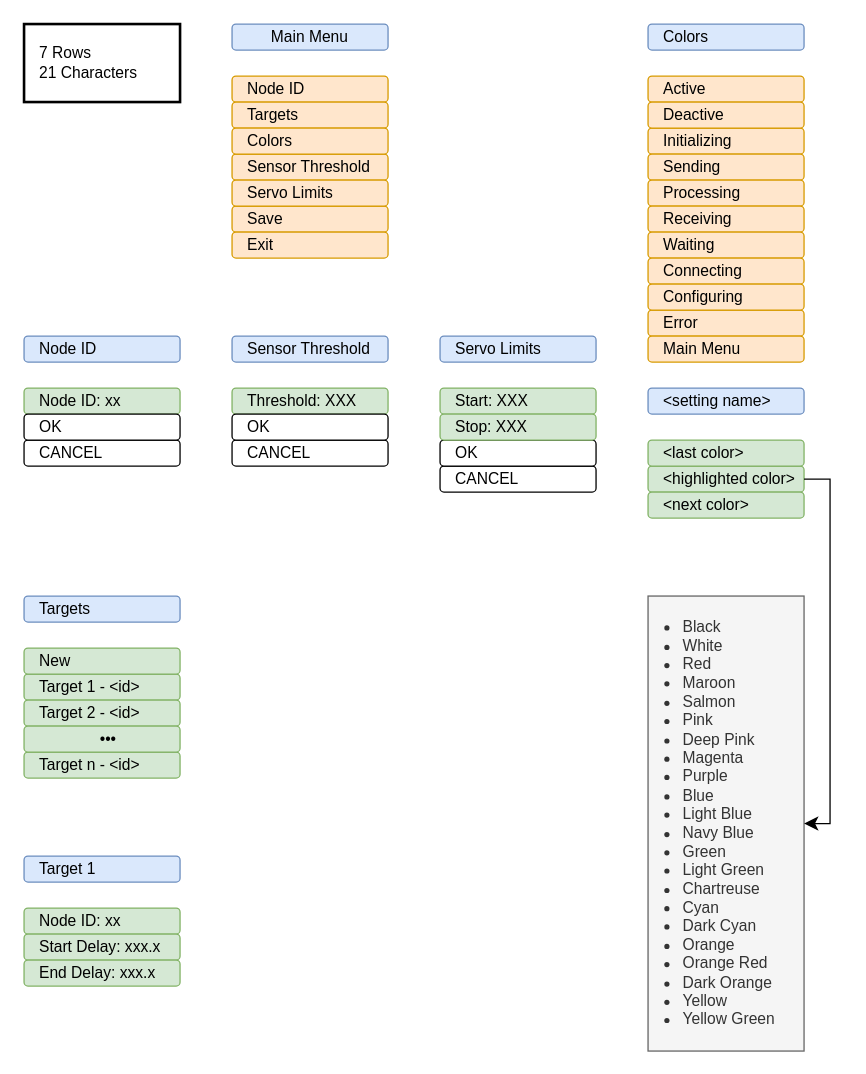
Above: page "Menus" (5 of 7) of Design/aquarius-sw-design.drawio in cyberreefguru/Aquarius (draw.io), before the change. Source tidied: cells renumbered, new cells numbered last; positions are measured from the earlier drawing's top-left corner, leaving out a move shared by most shapes. Both pictures are drawn from the tidied source at 130%, with x=0, y=0 at pixel (23, 23).
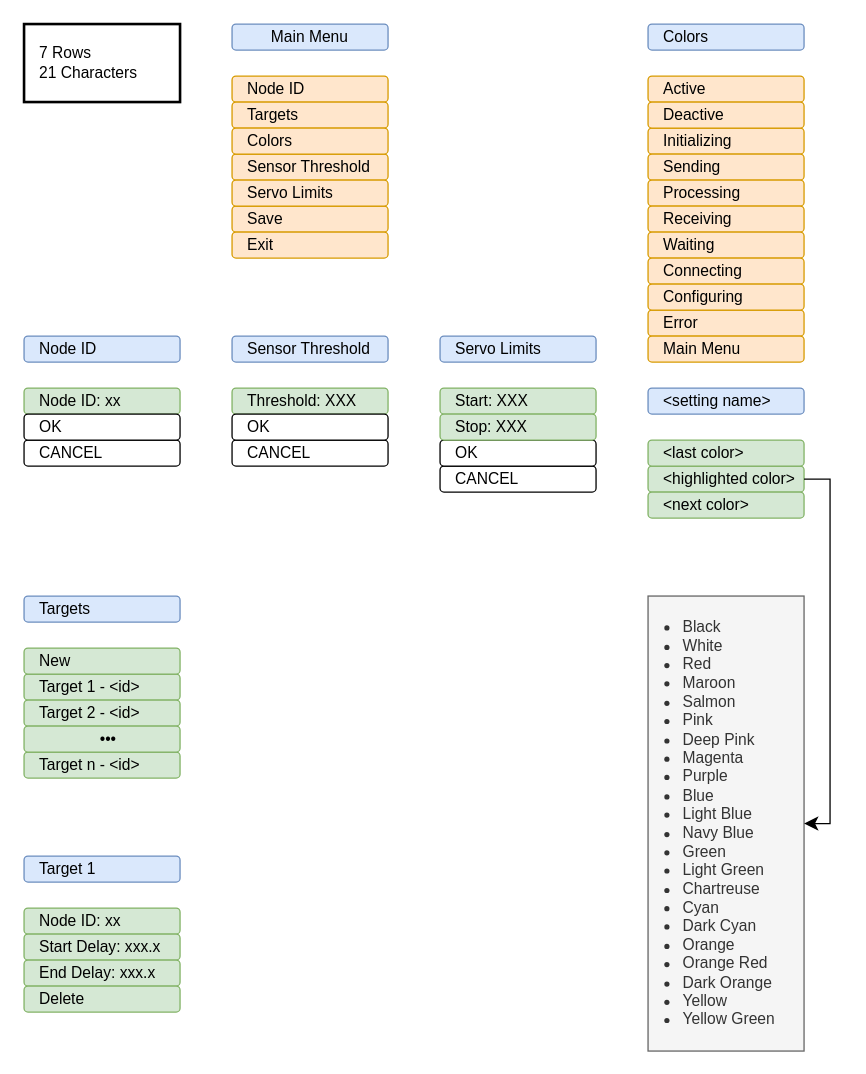
The same diagram, later.

Change to the diagram source:
```diff
@@
+    <mxCell id="52" value="Delete" style="rounded=1;whiteSpace=wrap;html=1;align=left;spacingLeft=10;fillColor=#d5e8d4;strokeColor=#82b366;" parent="1" vertex="1">
+      <mxGeometry y="740" width="120" height="20" as="geometry" />
+    </mxCell>
```
